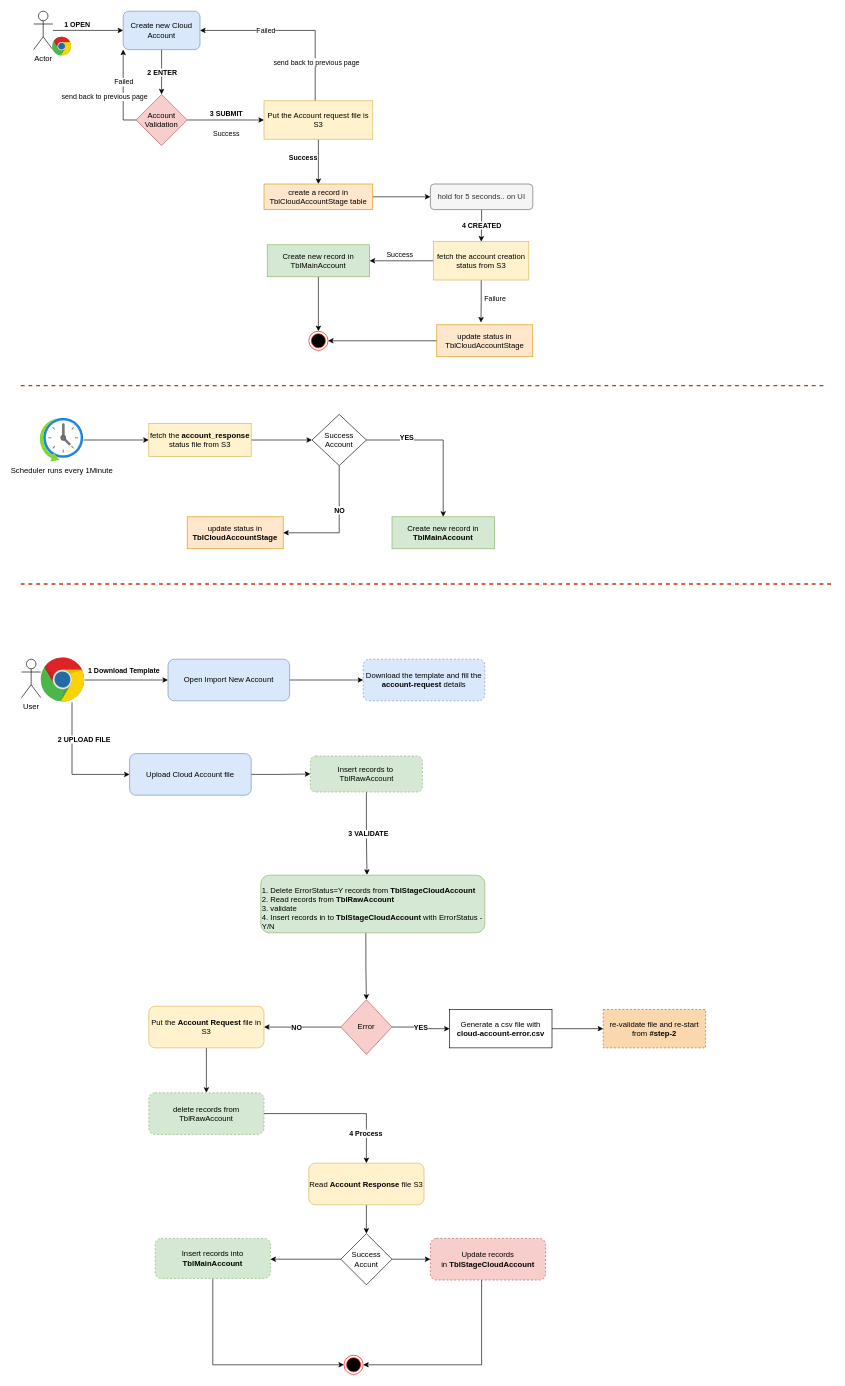
This is page "New-Cloud-Account-Creation-Flow" (1 of 2) of New-cloud-Account-flow-Diagram.drawio from venkatjavaji/my-notes, a draw.io file, before an edit. Source tidied: cells renumbered, new cells numbered last; positions are measured from the earlier drawing's top-left corner, leaving out a move shared by most shapes. Both pictures are drawn from the tidied source at 64%, with x=0, y=0 at pixel (20, 11).
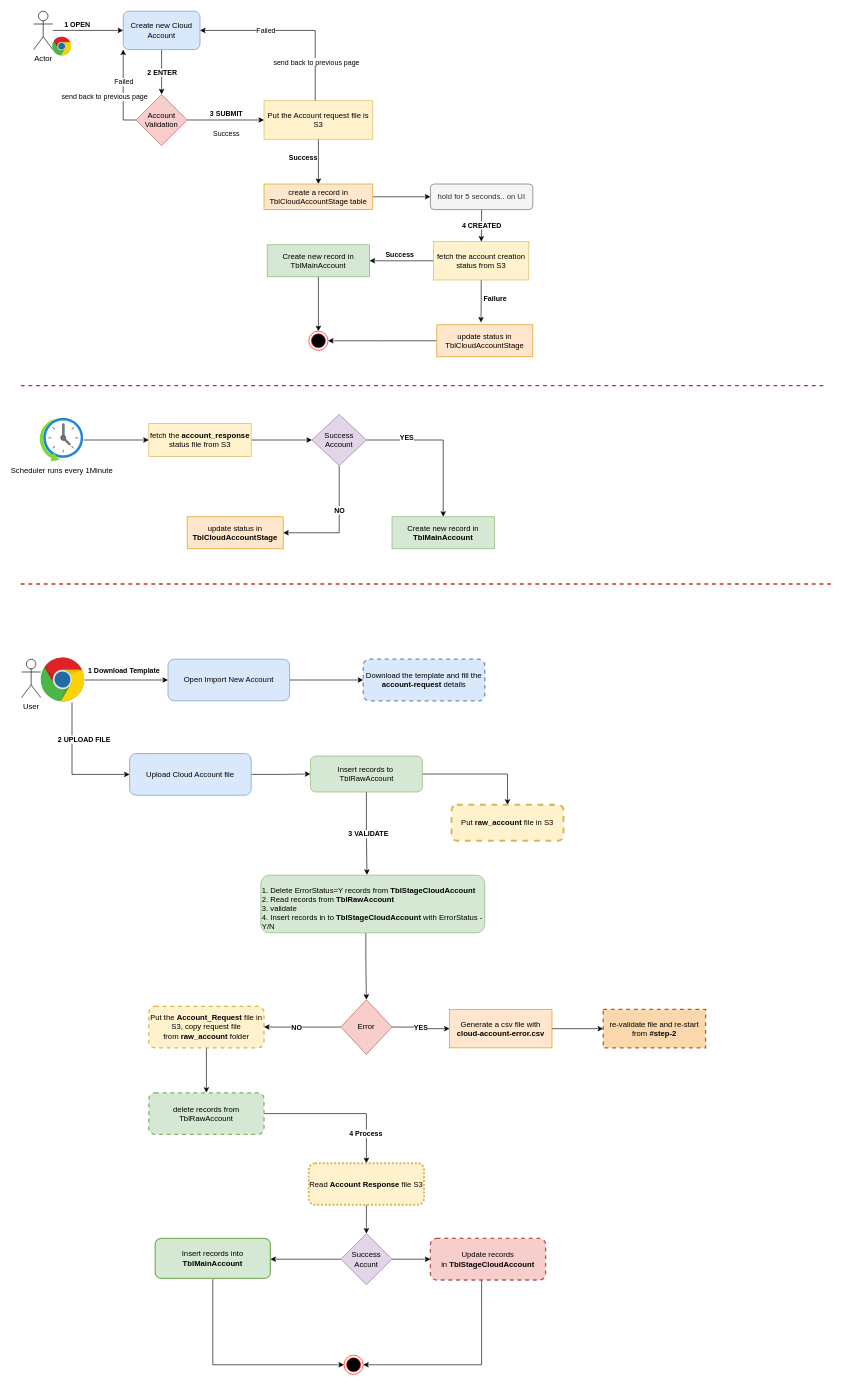
Above is the later version.

The change refers to these unchanged cells:
```xml
<mxCell id="23" style="edgeStyle=orthogonalEdgeStyle;rounded=0;jettySize=auto;html=1;" parent="1" edge="1" source="27" target="31">
  <mxGeometry relative="1" as="geometry" />
</mxCell>
<mxCell id="25" style="edgeStyle=orthogonalEdgeStyle;rounded=0;jettySize=auto;html=1;entryX=0.46;entryY=-0.07;entryDx=0;entryDy=0;entryPerimeter=0;" parent="1" edge="1" source="27" target="33">
  <mxGeometry relative="1" as="geometry" />
</mxCell>
```

What changed in the source:
```diff
@@
-    <mxCell id="24" value="Success" style="edgeLabel;html=1;align=center;verticalAlign=middle;" parent="23" vertex="1">
+    <mxCell id="24" value="&lt;b&gt;Success&lt;/b&gt;" style="edgeLabel;html=1;align=center;verticalAlign=middle;" parent="23" vertex="1">
       <mxGeometry x="0.08" y="1" relative="1" as="geometry">
         <mxPoint y="-11" as="offset" />
       </mxGeometry>
     </mxCell>
@@
-    <mxCell id="26" value="Failure" style="edgeLabel;html=1;align=center;verticalAlign=middle;" parent="25" vertex="1">
+    <mxCell id="26" value="&lt;b&gt;Failure&lt;/b&gt;" style="edgeLabel;html=1;align=center;verticalAlign=middle;" parent="25" vertex="1">
       <mxGeometry x="-0.18" relative="1" as="geometry">
         <mxPoint x="21" y="2" as="offset" />
       </mxGeometry>
     </mxCell>
@@
-    <mxCell id="52" value="Download the template and fill the &lt;b&gt;account-request&lt;/b&gt; details" style="rounded=1;whiteSpace=wrap;html=1;fillColor=#dae8fc;strokeColor=#6c8ebf;dashed=1;" parent="1" vertex="1">
+    <mxCell id="52" value="Download the template and fill the &lt;b&gt;account-request&lt;/b&gt; details" style="rounded=1;whiteSpace=wrap;html=1;fillColor=#dae8fc;strokeColor=#6c8ebf;dashed=1;strokeWidth=2;" parent="1" vertex="1">
       <mxGeometry x="535" y="1012.5" width="190" height="65" as="geometry" />
     </mxCell>
@@
+    <mxCell id="86" style="edgeStyle=orthogonalEdgeStyle;rounded=0;jettySize=auto;html=1;" parent="1" edge="1" source="55" target="87">
+      <mxGeometry relative="1" as="geometry" />
+    </mxCell>
-    <mxCell id="55" value="Insert records to&amp;nbsp; TblRawAccount" style="rounded=1;whiteSpace=wrap;html=1;fillColor=#d5e8d4;strokeColor=#82b366;dashed=1;" parent="1" vertex="1">
+    <mxCell id="55" value="Insert records to&amp;nbsp; TblRawAccount" style="rounded=1;whiteSpace=wrap;html=1;fillColor=#d5e8d4;strokeColor=#82b366;" parent="1" vertex="1">
       <mxGeometry x="452.5" y="1163.8" width="175" height="56.2" as="geometry" />
     </mxCell>
@@
-    <mxCell id="59" value="Put the &lt;b&gt;Account&lt;/b&gt; &lt;b&gt;Request&lt;/b&gt; file in S3" style="rounded=1;whiteSpace=wrap;html=1;fillColor=#fff2cc;strokeColor=#d6b656;" parent="1" vertex="1">
+    <mxCell id="59" value="Put the &lt;b&gt;Account&lt;/b&gt;_&lt;b&gt;Request&lt;/b&gt; file in S3, copy request file from&amp;nbsp;&lt;b&gt;raw_account &lt;/b&gt;folder" style="rounded=1;whiteSpace=wrap;html=1;fillColor=#fff2cc;strokeColor=#d6b656;dashed=1;strokeWidth=2;" parent="1" vertex="1">
       <mxGeometry x="200" y="1554.8" width="180" height="65" as="geometry" />
     </mxCell>
@@
-    <mxCell id="65" value="Generate a csv file with &lt;b&gt;cloud-account-error.csv&lt;/b&gt;" style="rounded=0;whiteSpace=wrap;html=1;" parent="1" vertex="1">
+    <mxCell id="65" value="Generate a csv file with &lt;b&gt;cloud-account-error.csv&lt;/b&gt;" style="rounded=0;whiteSpace=wrap;html=1;fillColor=#ffe6cc;strokeColor=#d79b00;" parent="1" vertex="1">
       <mxGeometry x="670" y="1559.8" width="160" height="60" as="geometry" />
     </mxCell>
-    <mxCell id="66" value="re-validate file and re-start from&amp;nbsp;&lt;b&gt;#step-2&lt;/b&gt;" style="rounded=0;whiteSpace=wrap;html=1;dashed=1;fillColor=#fad7ac;strokeColor=#b46504;" parent="1" vertex="1">
+    <mxCell id="66" value="re-validate file and re-start from&amp;nbsp;&lt;b&gt;#step-2&lt;/b&gt;" style="rounded=0;whiteSpace=wrap;html=1;dashed=1;fillColor=#fad7ac;strokeColor=#b46504;strokeWidth=2;" parent="1" vertex="1">
       <mxGeometry x="910" y="1559.8" width="160" height="60" as="geometry" />
     </mxCell>
@@
-    <mxCell id="69" value="delete records from TblRawAccount" style="rounded=1;whiteSpace=wrap;html=1;fillColor=#d5e8d4;strokeColor=#82b366;dashed=1;" parent="1" vertex="1">
+    <mxCell id="69" value="delete records from TblRawAccount" style="rounded=1;whiteSpace=wrap;html=1;fillColor=#d5e8d4;strokeColor=#82b366;dashed=1;strokeWidth=2;" parent="1" vertex="1">
       <mxGeometry x="200" y="1690" width="180" height="65" as="geometry" />
     </mxCell>
@@
-    <mxCell id="71" value="Read &lt;b&gt;Account&lt;/b&gt; &lt;b&gt;Response&lt;/b&gt; file S3" style="rounded=1;whiteSpace=wrap;html=1;fillColor=#fff2cc;strokeColor=#d6b656;" parent="1" vertex="1">
+    <mxCell id="71" value="Read &lt;b&gt;Account&lt;/b&gt; &lt;b&gt;Response&lt;/b&gt; file S3" style="rounded=1;whiteSpace=wrap;html=1;fillColor=#fff2cc;strokeColor=#d6b656;dashed=1;dashPattern=1 1;strokeWidth=3;" parent="1" vertex="1">
       <mxGeometry x="450" y="1800" width="180" height="65" as="geometry" />
     </mxCell>
@@
-    <mxCell id="74" value="Success Accunt" style="rhombus;whiteSpace=wrap;html=1;" parent="1" vertex="1">
+    <mxCell id="74" value="Success Accunt" style="rhombus;whiteSpace=wrap;html=1;fillColor=#e1d5e7;strokeColor=#9673a6;" parent="1" vertex="1">
       <mxGeometry x="500" y="1910" width="80" height="80" as="geometry" />
     </mxCell>
@@
-    <mxCell id="76" value="Insert records into &lt;b&gt;TblMainAccount&lt;/b&gt;" style="rounded=1;whiteSpace=wrap;html=1;fillColor=#d5e8d4;strokeColor=#82b366;dashed=1;" parent="1" vertex="1">
+    <mxCell id="76" value="Insert records into &lt;b&gt;TblMainAccount&lt;/b&gt;" style="rounded=1;whiteSpace=wrap;html=1;fillColor=#d5e8d4;strokeColor=#82b366;strokeWidth=2;" parent="1" vertex="1">
       <mxGeometry x="210" y="1917.5" width="180" height="62.5" as="geometry" />
     </mxCell>
@@
-    <mxCell id="78" value="Update records in&amp;nbsp;&lt;b&gt;TblStageCloudAccount&lt;/b&gt;" style="rounded=1;whiteSpace=wrap;html=1;fillColor=#f8cecc;strokeColor=#b85450;dashed=1;" parent="1" vertex="1">
+    <mxCell id="78" value="Update records in&amp;nbsp;&lt;b&gt;TblStageCloudAccount&lt;/b&gt;" style="rounded=1;whiteSpace=wrap;html=1;fillColor=#f8cecc;strokeColor=#b85450;dashed=1;strokeWidth=2;" parent="1" vertex="1">
       <mxGeometry x="640" y="1917.5" width="180" height="65" as="geometry" />
     </mxCell>
@@
-    <mxCell id="83" value="Success Account" style="rhombus;whiteSpace=wrap;html=1;" parent="1" vertex="1">
+    <mxCell id="83" value="Success Account" style="rhombus;whiteSpace=wrap;html=1;fillColor=#e1d5e7;strokeColor=#9673a6;" parent="1" vertex="1">
       <mxGeometry x="455" y="630" width="85" height="80" as="geometry" />
     </mxCell>
@@
+    <mxCell id="87" value="Put &lt;b&gt;raw_account&lt;/b&gt; file in S3" style="rounded=1;whiteSpace=wrap;html=1;fillColor=#fff2cc;strokeColor=#d6b656;dashed=1;strokeWidth=3;" parent="1" vertex="1">
+      <mxGeometry x="673" y="1240" width="175" height="56.2" as="geometry" />
+    </mxCell>
```
